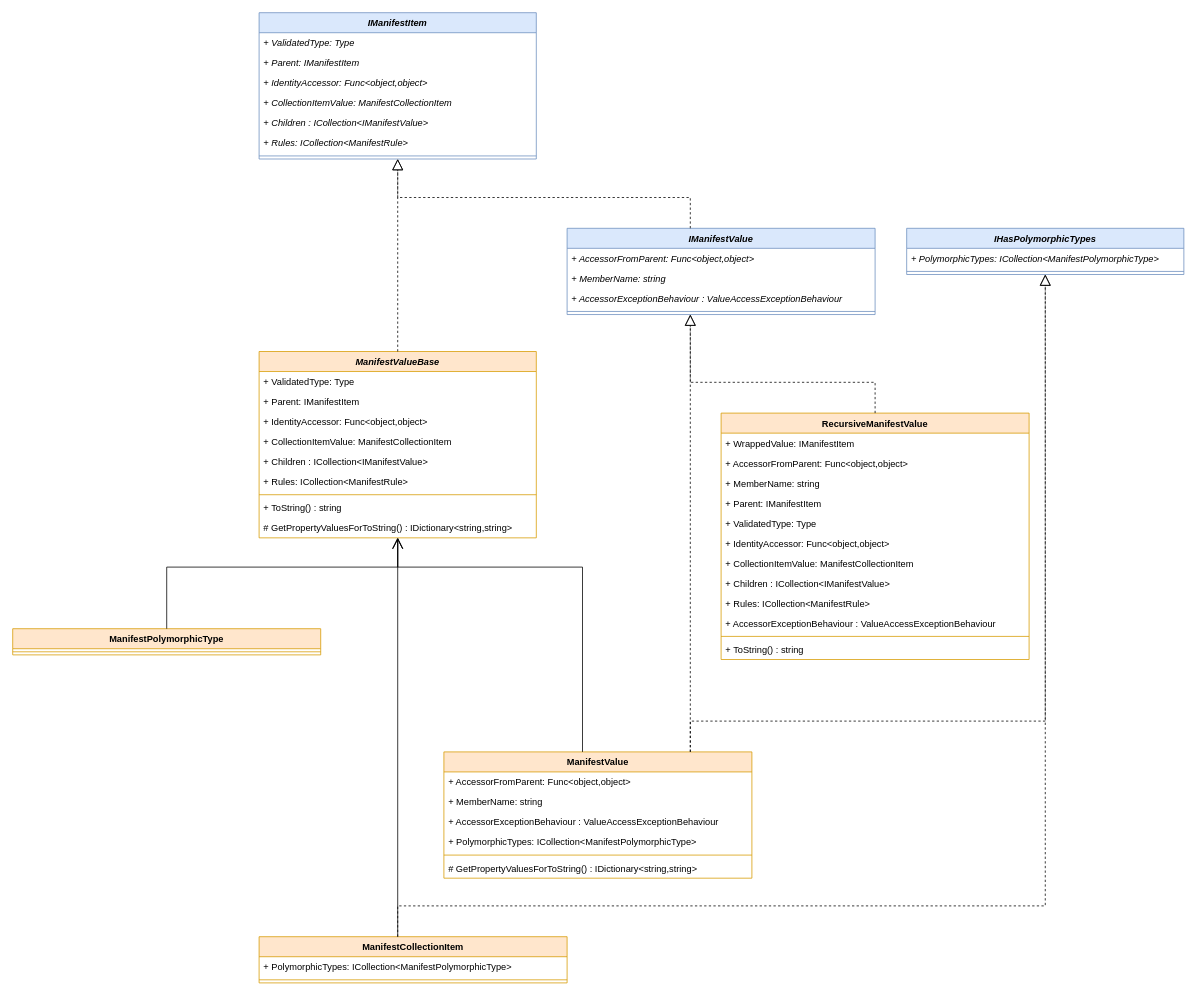
Earlier version of the draw.io diagram CSF.Validation.Documentation/articles/Manifest class structure.drawio (csf-dev/CSF.Validation). Source tidied: cells renumbered, new cells numbered last; positions are measured from the earlier drawing's top-left corner, leaving out a move shared by most shapes. Both pictures are drawn from the tidied source at 77%, with x=0, y=0 at pixel (12, 12).
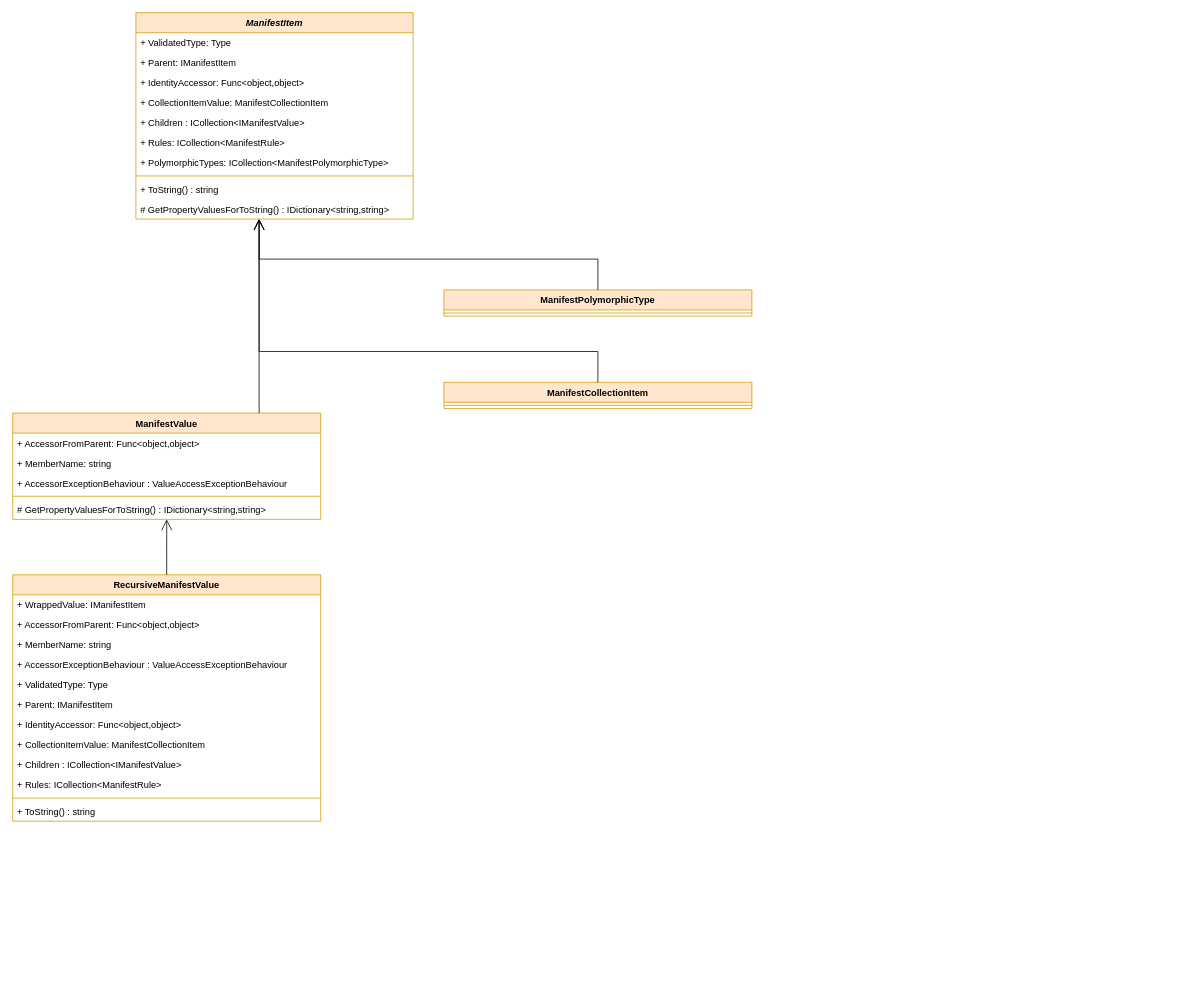
After the change.

Commit message:
WIP #33 - Revised design for Manifest objects

The edit, as a diff of the source:
```diff
@@
-    <mxCell id="2" value="IManifestItem" style="swimlane;fontStyle=3;align=center;verticalAlign=top;horizontal=1;startSize=26;fillColor=#dae8fc;strokeColor=#6c8ebf;" parent="1" vertex="1">
-      <mxGeometry x="320" width="360" height="190" as="geometry" />
-    </mxCell>
-    <mxCell id="3" value="+ ValidatedType: Type" style="text;strokeColor=none;fillColor=none;align=left;verticalAlign=top;spacingLeft=4;spacingRight=4;overflow=hidden;fontStyle=2;" parent="2" vertex="1">
-      <mxGeometry y="26" width="360" height="26" as="geometry" />
-    </mxCell>
-    <mxCell id="4" value="+ Parent: IManifestItem" style="text;strokeColor=none;fillColor=none;align=left;verticalAlign=top;spacingLeft=4;spacingRight=4;overflow=hidden;fontStyle=2;" parent="2" vertex="1">
-      <mxGeometry y="52" width="360" height="26" as="geometry" />
-    </mxCell>
-    <mxCell id="5" value="+ IdentityAccessor: Func&lt;object,object&gt;" style="text;strokeColor=none;fillColor=none;align=left;verticalAlign=top;spacingLeft=4;spacingRight=4;overflow=hidden;fontStyle=2;" parent="2" vertex="1">
-      <mxGeometry y="78" width="360" height="26" as="geometry" />
-    </mxCell>
-    <mxCell id="6" value="+ CollectionItemValue: ManifestCollectionItem" style="text;strokeColor=none;fillColor=none;align=left;verticalAlign=top;spacingLeft=4;spacingRight=4;overflow=hidden;fontStyle=2;" parent="2" vertex="1">
-      <mxGeometry y="104" width="360" height="26" as="geometry" />
-    </mxCell>
-    <mxCell id="7" value="+ Children : ICollection&lt;IManifestValue&gt;" style="text;strokeColor=none;fillColor=none;align=left;verticalAlign=top;spacingLeft=4;spacingRight=4;overflow=hidden;fontStyle=2;" parent="2" vertex="1">
-      <mxGeometry y="130" width="360" height="26" as="geometry" />
-    </mxCell>
-    <mxCell id="8" value="+ Rules: ICollection&lt;ManifestRule&gt;" style="text;strokeColor=none;fillColor=none;align=left;verticalAlign=top;spacingLeft=4;spacingRight=4;overflow=hidden;fontStyle=2;" parent="2" vertex="1">
-      <mxGeometry y="156" width="360" height="26" as="geometry" />
-    </mxCell>
-    <mxCell id="9" style="line;strokeWidth=1;fillColor=none;align=left;verticalAlign=middle;spacingTop=-1;spacingLeft=3;spacingRight=3;labelPosition=right;strokeColor=inherit;" parent="2" vertex="1">
-      <mxGeometry y="182" width="360" height="8" as="geometry" />
-    </mxCell>
-    <mxCell id="10" value="ManifestValueBase" style="swimlane;fontStyle=3;align=center;verticalAlign=top;horizontal=1;startSize=26;fillColor=#ffe6cc;strokeColor=#d79b00;" parent="1" vertex="1">
-      <mxGeometry x="320" y="440" width="360" height="242" as="geometry" />
+    <mxCell id="10" value="ManifestItem" style="swimlane;fontStyle=3;align=center;verticalAlign=top;horizontal=1;startSize=26;fillColor=#ffe6cc;strokeColor=#d79b00;" parent="1" vertex="1">
+      <mxGeometry x="160" width="360" height="268" as="geometry" />
     </mxCell>
@@
+    <mxCell id="41" value="+ PolymorphicTypes: ICollection&lt;ManifestPolymorphicType&gt;" style="text;strokeColor=none;fillColor=none;align=left;verticalAlign=top;spacingLeft=4;spacingRight=4;overflow=hidden;fontStyle=0;" parent="10" vertex="1">
+      <mxGeometry y="182" width="360" height="26" as="geometry" />
+    </mxCell>
     <mxCell id="17" style="line;strokeWidth=1;fillColor=none;align=left;verticalAlign=middle;spacingTop=-1;spacingLeft=3;spacingRight=3;labelPosition=right;strokeColor=inherit;" parent="10" vertex="1">
-      <mxGeometry y="182" width="360" height="8" as="geometry" />
+      <mxGeometry y="208" width="360" height="8" as="geometry" />
     </mxCell>
     <mxCell id="18" value="+ ToString() : string" style="text;strokeColor=none;fillColor=none;align=left;verticalAlign=top;spacingLeft=4;spacingRight=4;overflow=hidden;fontStyle=0;" parent="10" vertex="1">
-      <mxGeometry y="190" width="360" height="26" as="geometry" />
+      <mxGeometry y="216" width="360" height="26" as="geometry" />
     </mxCell>
     <mxCell id="19" value="# GetPropertyValuesForToString() : IDictionary&lt;string,string&gt;" style="text;strokeColor=none;fillColor=none;align=left;verticalAlign=top;spacingLeft=4;spacingRight=4;overflow=hidden;fontStyle=0;" parent="10" vertex="1">
-      <mxGeometry y="216" width="360" height="26" as="geometry" />
+      <mxGeometry y="242" width="360" height="26" as="geometry" />
     </mxCell>
-    <mxCell id="20" style="endArrow=block;dashed=1;endFill=0;endSize=12;html=1;rounded=0;" parent="1" edge="1" source="10" target="2">
-      <mxGeometry relative="1" as="geometry" />
-    </mxCell>
-    <mxCell id="21" value="IHasPolymorphicTypes" style="swimlane;fontStyle=3;align=center;verticalAlign=top;horizontal=1;startSize=26;fillColor=#dae8fc;strokeColor=#6c8ebf;" parent="1" vertex="1">
-      <mxGeometry x="1161" y="280" width="360" height="60" as="geometry" />
-    </mxCell>
-    <mxCell id="22" value="+ PolymorphicTypes: ICollection&lt;ManifestPolymorphicType&gt;" style="text;strokeColor=none;fillColor=none;align=left;verticalAlign=top;spacingLeft=4;spacingRight=4;overflow=hidden;fontStyle=2;" parent="21" vertex="1">
-      <mxGeometry y="26" width="360" height="26" as="geometry" />
-    </mxCell>
-    <mxCell id="23" style="line;strokeWidth=1;fillColor=none;align=left;verticalAlign=middle;spacingTop=-1;spacingLeft=3;spacingRight=3;labelPosition=right;strokeColor=inherit;" parent="21" vertex="1">
-      <mxGeometry y="52" width="360" height="8" as="geometry" />
-    </mxCell>
-    <mxCell id="24" value="IManifestValue" style="swimlane;fontStyle=3;align=center;verticalAlign=top;horizontal=1;startSize=26;fillColor=#dae8fc;strokeColor=#6c8ebf;" parent="1" vertex="1">
-      <mxGeometry x="720" y="280" width="400" height="112" as="geometry" />
-    </mxCell>
-    <mxCell id="25" value="+ AccessorFromParent: Func&lt;object,object&gt;" style="text;strokeColor=none;fillColor=none;align=left;verticalAlign=top;spacingLeft=4;spacingRight=4;overflow=hidden;fontStyle=2;" parent="24" vertex="1">
-      <mxGeometry y="26" width="400" height="26" as="geometry" />
-    </mxCell>
-    <mxCell id="26" value="+ MemberName: string" style="text;strokeColor=none;fillColor=none;align=left;verticalAlign=top;spacingLeft=4;spacingRight=4;overflow=hidden;fontStyle=2;" parent="24" vertex="1">
-      <mxGeometry y="52" width="400" height="26" as="geometry" />
-    </mxCell>
-    <mxCell id="27" value="+ AccessorExceptionBehaviour : ValueAccessExceptionBehaviour" style="text;strokeColor=none;fillColor=none;align=left;verticalAlign=top;spacingLeft=4;spacingRight=4;overflow=hidden;fontStyle=2;" parent="24" vertex="1">
-      <mxGeometry y="78" width="400" height="26" as="geometry" />
-    </mxCell>
-    <mxCell id="28" style="line;strokeWidth=1;fillColor=none;align=left;verticalAlign=middle;spacingTop=-1;spacingLeft=3;spacingRight=3;labelPosition=right;strokeColor=inherit;" parent="24" vertex="1">
-      <mxGeometry y="104" width="400" height="8" as="geometry" />
-    </mxCell>
-    <mxCell id="29" style="endArrow=block;dashed=1;endFill=0;endSize=12;html=1;rounded=0;elbow=vertical;edgeStyle=elbowEdgeStyle;" parent="1" edge="1" source="24" target="2">
-      <mxGeometry relative="1" as="geometry">
-        <Array as="points">
-          <mxPoint x="880" y="240" />
-          <mxPoint x="710" y="240" />
-        </Array>
-      </mxGeometry>
-    </mxCell>
     <mxCell id="30" value="ManifestValue" style="swimlane;fontStyle=1;align=center;verticalAlign=top;horizontal=1;startSize=26;fillColor=#ffe6cc;strokeColor=#d79b00;" parent="1" vertex="1">
-      <mxGeometry x="560" y="960" width="400" height="164" as="geometry" />
+      <mxGeometry y="520" width="400" height="138" as="geometry" />
     </mxCell>
@@
-    <mxCell id="34" value="+ PolymorphicTypes: ICollection&lt;ManifestPolymorphicType&gt;" style="text;strokeColor=none;fillColor=none;align=left;verticalAlign=top;spacingLeft=4;spacingRight=4;overflow=hidden;fontStyle=0;" parent="30" vertex="1">
-      <mxGeometry y="104" width="400" height="26" as="geometry" />
-    </mxCell>
     <mxCell id="35" style="line;strokeWidth=1;fillColor=none;align=left;verticalAlign=middle;spacingTop=-1;spacingLeft=3;spacingRight=3;labelPosition=right;strokeColor=inherit;" parent="30" vertex="1">
-      <mxGeometry y="130" width="400" height="8" as="geometry" />
+      <mxGeometry y="104" width="400" height="8" as="geometry" />
     </mxCell>
     <mxCell id="36" value="# GetPropertyValuesForToString() : IDictionary&lt;string,string&gt;" style="text;strokeColor=none;fillColor=none;align=left;verticalAlign=top;spacingLeft=4;spacingRight=4;overflow=hidden;fontStyle=0;" parent="30" vertex="1">
-      <mxGeometry y="138" width="400" height="26" as="geometry" />
+      <mxGeometry y="112" width="400" height="26" as="geometry" />
     </mxCell>
-    <mxCell id="37" style="endArrow=block;dashed=1;endFill=0;endSize=12;html=1;rounded=0;elbow=vertical;edgeStyle=elbowEdgeStyle;" parent="1" edge="1" source="30" target="24">
-      <mxGeometry relative="1" as="geometry">
-        <Array as="points">
-          <mxPoint x="880" y="600" />
-        </Array>
-      </mxGeometry>
-    </mxCell>
-    <mxCell id="38" style="endArrow=block;dashed=1;endFill=0;endSize=12;html=1;rounded=0;elbow=vertical;edgeStyle=elbowEdgeStyle;" parent="1" edge="1" source="30" target="21">
-      <mxGeometry relative="1" as="geometry">
-        <Array as="points">
-          <mxPoint x="880" y="920" />
-          <mxPoint x="1341" y="920" />
-          <mxPoint x="880" y="760" />
-          <mxPoint x="1340" y="760" />
-          <mxPoint x="880" y="600" />
-          <mxPoint x="1100" y="600" />
-        </Array>
-      </mxGeometry>
-    </mxCell>
     <mxCell id="39" style="endArrow=open;endFill=1;endSize=12;html=1;rounded=0;elbow=vertical;edgeStyle=elbowEdgeStyle;" parent="1" edge="1" source="30" target="10">
       <mxGeometry relative="1" as="geometry">
         <Array as="points">
-          <mxPoint x="740" y="720" />
+          <mxPoint x="320" y="300" />
         </Array>
       </mxGeometry>
     </mxCell>
     <mxCell id="40" value="ManifestCollectionItem" style="swimlane;fontStyle=1;align=center;verticalAlign=top;horizontal=1;startSize=26;fillColor=#ffe6cc;strokeColor=#d79b00;" parent="1" vertex="1">
-      <mxGeometry x="320" y="1200" width="400" height="60" as="geometry" />
+      <mxGeometry x="560" y="480" width="400" height="34" as="geometry" />
     </mxCell>
-    <mxCell id="41" value="+ PolymorphicTypes: ICollection&lt;ManifestPolymorphicType&gt;" style="text;strokeColor=none;fillColor=none;align=left;verticalAlign=top;spacingLeft=4;spacingRight=4;overflow=hidden;fontStyle=0;" parent="40" vertex="1">
-      <mxGeometry y="26" width="400" height="26" as="geometry" />
-    </mxCell>
     <mxCell id="42" style="line;strokeWidth=1;fillColor=none;align=left;verticalAlign=middle;spacingTop=-1;spacingLeft=3;spacingRight=3;labelPosition=right;strokeColor=inherit;" parent="40" vertex="1">
-      <mxGeometry y="52" width="400" height="8" as="geometry" />
+      <mxGeometry y="26" width="400" height="8" as="geometry" />
     </mxCell>
     <mxCell id="43" style="endArrow=open;endFill=1;endSize=12;html=1;rounded=0;elbow=vertical;edgeStyle=elbowEdgeStyle;" parent="1" edge="1" source="40" target="10">
       <mxGeometry relative="1" as="geometry">
         <Array as="points">
-          <mxPoint x="500" y="790" />
+          <mxPoint x="320" y="440" />
         </Array>
       </mxGeometry>
     </mxCell>
-    <mxCell id="44" style="endArrow=block;dashed=1;endFill=0;endSize=12;html=1;rounded=0;elbow=vertical;edgeStyle=elbowEdgeStyle;" parent="1" edge="1" source="40" target="21">
-      <mxGeometry relative="1" as="geometry">
-        <Array as="points">
-          <mxPoint x="500" y="1160" />
-          <mxPoint x="1040" y="1160" />
-          <mxPoint x="500" y="1130" />
-          <mxPoint x="500" y="1000" />
-          <mxPoint x="1090" y="1000" />
-          <mxPoint x="1110" y="610" />
-        </Array>
-      </mxGeometry>
-    </mxCell>
     <mxCell id="45" value="ManifestPolymorphicType" style="swimlane;fontStyle=1;align=center;verticalAlign=top;horizontal=1;startSize=26;fillColor=#ffe6cc;strokeColor=#d79b00;" parent="1" vertex="1">
-      <mxGeometry y="800" width="400" height="34" as="geometry" />
+      <mxGeometry x="560" y="360" width="400" height="34" as="geometry" />
     </mxCell>
@@
     <mxCell id="47" style="endArrow=open;endFill=1;endSize=12;html=1;rounded=0;elbow=vertical;edgeStyle=elbowEdgeStyle;" parent="1" edge="1" source="45" target="10">
       <mxGeometry relative="1" as="geometry">
         <Array as="points">
-          <mxPoint x="500" y="720" />
+          <mxPoint x="320" y="320" />
         </Array>
       </mxGeometry>
     </mxCell>
     <mxCell id="48" value="RecursiveManifestValue" style="swimlane;fontStyle=1;align=center;verticalAlign=top;horizontal=1;startSize=26;fillColor=#ffe6cc;strokeColor=#d79b00;" parent="1" vertex="1">
-      <mxGeometry x="920" y="520" width="400" height="320" as="geometry" />
+      <mxGeometry y="730" width="400" height="320" as="geometry" />
     </mxCell>
@@
+    <mxCell id="58" value="+ AccessorExceptionBehaviour : ValueAccessExceptionBehaviour" style="text;strokeColor=none;fillColor=none;align=left;verticalAlign=top;spacingLeft=4;spacingRight=4;overflow=hidden;fontStyle=0;" parent="48" vertex="1">
+      <mxGeometry y="104" width="400" height="26" as="geometry" />
+    </mxCell>
+    <mxCell id="53" value="+ ValidatedType: Type" style="text;strokeColor=none;fillColor=none;align=left;verticalAlign=top;spacingLeft=4;spacingRight=4;overflow=hidden;fontStyle=0;" parent="48" vertex="1">
+      <mxGeometry y="130" width="400" height="26" as="geometry" />
+    </mxCell>
     <mxCell id="52" value="+ Parent: IManifestItem" style="text;strokeColor=none;fillColor=none;align=left;verticalAlign=top;spacingLeft=4;spacingRight=4;overflow=hidden;fontStyle=0;" parent="48" vertex="1">
-      <mxGeometry y="104" width="400" height="26" as="geometry" />
+      <mxGeometry y="156" width="400" height="26" as="geometry" />
     </mxCell>
-    <mxCell id="53" value="+ ValidatedType: Type" style="text;strokeColor=none;fillColor=none;align=left;verticalAlign=top;spacingLeft=4;spacingRight=4;overflow=hidden;fontStyle=0;" parent="48" vertex="1">
-      <mxGeometry y="130" width="400" height="26" as="geometry" />
-    </mxCell>
     <mxCell id="54" value="+ IdentityAccessor: Func&lt;object,object&gt;" style="text;strokeColor=none;fillColor=none;align=left;verticalAlign=top;spacingLeft=4;spacingRight=4;overflow=hidden;fontStyle=0;" parent="48" vertex="1">
-      <mxGeometry y="156" width="400" height="26" as="geometry" />
+      <mxGeometry y="182" width="400" height="26" as="geometry" />
     </mxCell>
     <mxCell id="55" value="+ CollectionItemValue: ManifestCollectionItem" style="text;strokeColor=none;fillColor=none;align=left;verticalAlign=top;spacingLeft=4;spacingRight=4;overflow=hidden;fontStyle=0;" parent="48" vertex="1">
-      <mxGeometry y="182" width="400" height="26" as="geometry" />
+      <mxGeometry y="208" width="400" height="26" as="geometry" />
     </mxCell>
     <mxCell id="56" value="+ Children : ICollection&lt;IManifestValue&gt;" style="text;strokeColor=none;fillColor=none;align=left;verticalAlign=top;spacingLeft=4;spacingRight=4;overflow=hidden;fontStyle=0;" parent="48" vertex="1">
-      <mxGeometry y="208" width="400" height="26" as="geometry" />
+      <mxGeometry y="234" width="400" height="26" as="geometry" />
     </mxCell>
     <mxCell id="57" value="+ Rules: ICollection&lt;ManifestRule&gt;" style="text;strokeColor=none;fillColor=none;align=left;verticalAlign=top;spacingLeft=4;spacingRight=4;overflow=hidden;fontStyle=0;" parent="48" vertex="1">
-      <mxGeometry y="234" width="400" height="26" as="geometry" />
+      <mxGeometry y="260" width="400" height="26" as="geometry" />
     </mxCell>
-    <mxCell id="58" value="+ AccessorExceptionBehaviour : ValueAccessExceptionBehaviour" style="text;strokeColor=none;fillColor=none;align=left;verticalAlign=top;spacingLeft=4;spacingRight=4;overflow=hidden;fontStyle=0;" parent="48" vertex="1">
-      <mxGeometry y="260" width="400" height="26" as="geometry" />
-    </mxCell>
@@
-    <mxCell id="61" style="endArrow=block;dashed=1;endFill=0;endSize=12;html=1;rounded=0;elbow=vertical;edgeStyle=elbowEdgeStyle;" parent="1" edge="1" source="48" target="24">
-      <mxGeometry relative="1" as="geometry">
-        <Array as="points">
-          <mxPoint x="880" y="480" />
-        </Array>
-      </mxGeometry>
-    </mxCell>
+    <mxCell id="62" style="endArrow=open;endFill=1;endSize=12;html=1;rounded=0;elbow=vertical;edgeStyle=elbowEdgeStyle;" parent="1" edge="1" source="48" target="30">
+      <mxGeometry relative="1" as="geometry">
+        <Array as="points">
+          <mxPoint x="200" y="700" />
+        </Array>
+      </mxGeometry>
+    </mxCell>
```
